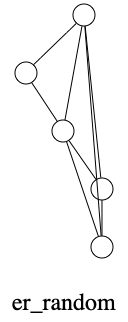
Earlier version of the Graphviz export hw1-bundle/er_random.png (udothemath/cs224w_graph). Its source is kept beside it as hw1-bundle/er_random.dot. Its diagram source:
```dot
/*****
er_random
*****/

graph G {
  graph [splines=false overlap=false]
  node  [shape=ellipse, width=0.3, height=0.3, label=""]
  0 ;
  1 ;
  2 ;
  3 ;
  4 ;
  0 -- 1;
  0 -- 2;
  0 -- 3;
  0 -- 4;
  1 -- 2;
  2 -- 3;
  2 -- 4;
  3 -- 4;
  label = "\ner_random\n";  fontsize=24;
}
```
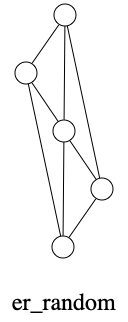
After the change.

Diff of the diagram source:
```diff
@@ -13,8 +13,8 @@
   0 -- 1;
   0 -- 2;
   0 -- 3;
-  0 -- 4;
   1 -- 2;
+  1 -- 4;
   2 -- 3;
   2 -- 4;
   3 -- 4;
```
